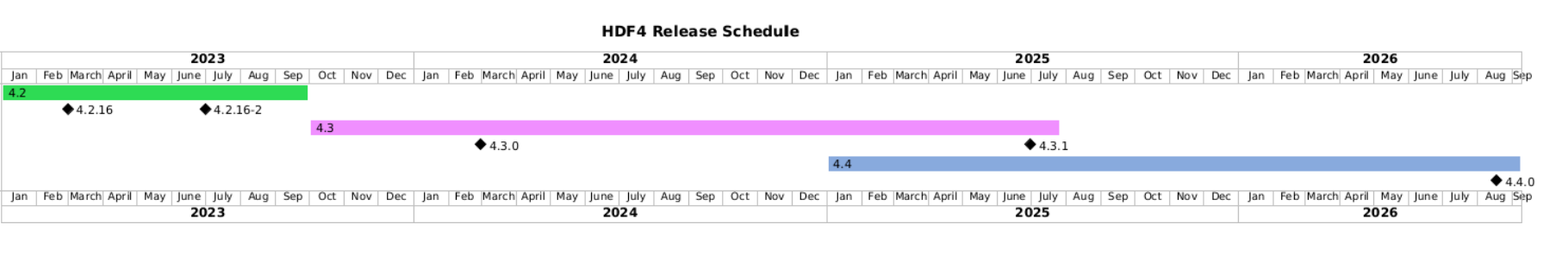
Before: doc/img/release-schedule.png, a diagram exported from PlantUML (HDFGroup/hdf4). Its source is kept beside it as doc/img/release-schedule.plantuml.
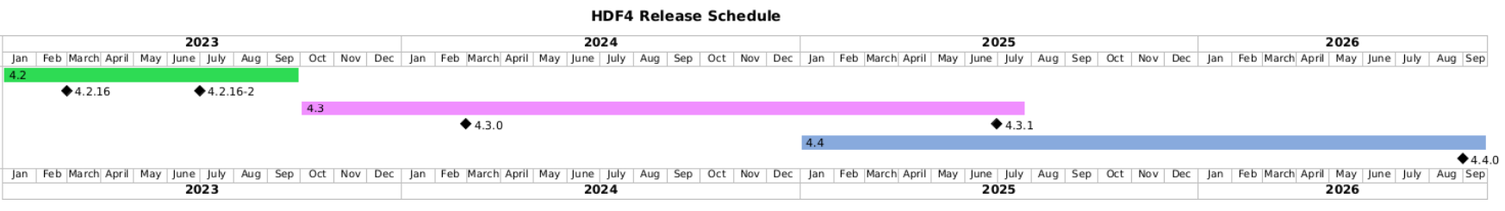
The same diagram one commit later.

Commit message:
Changed release date to Aug 31 (#898)

Diff of the diagram source:
```diff
@@ -17,8 +17,8 @@
 [4.3.1] displays on same row as [4.3.0]
 [4.3] is colored in #F08FFF
 
-[4.4] starts 2025-01-01 and lasts 88 weeks
-[4.4.0] happens 2026-08-17
+[4.4] starts 2025-01-01 and lasts 90 weeks
+[4.4.0] happens 2026-08-31
 [4.4] is colored in #88AADD
 
 @endgantt
```
